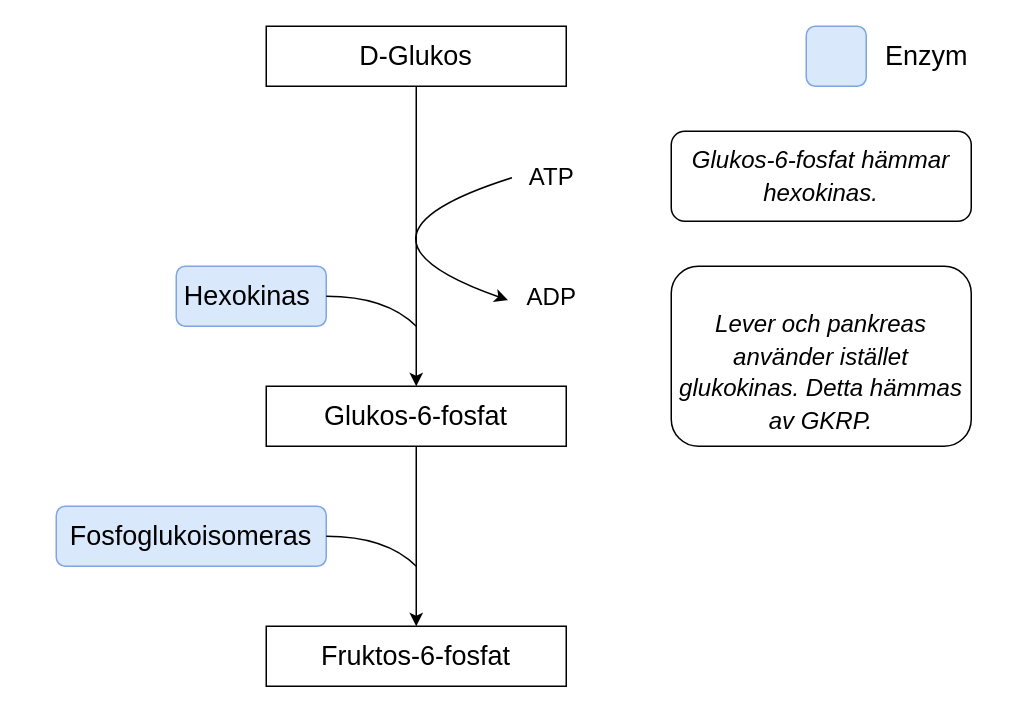
CarlSteiner/Biokemi keeps this draw.io diagram as Glykolys.drawio. Above is the earlier version. Source tidied: cells renumbered, new cells numbered last; positions are measured from the earlier drawing's top-left corner, leaving out a move shared by most shapes. Both pictures are drawn from the tidied source at 150%, with x=0, y=0 at pixel (56, 26).
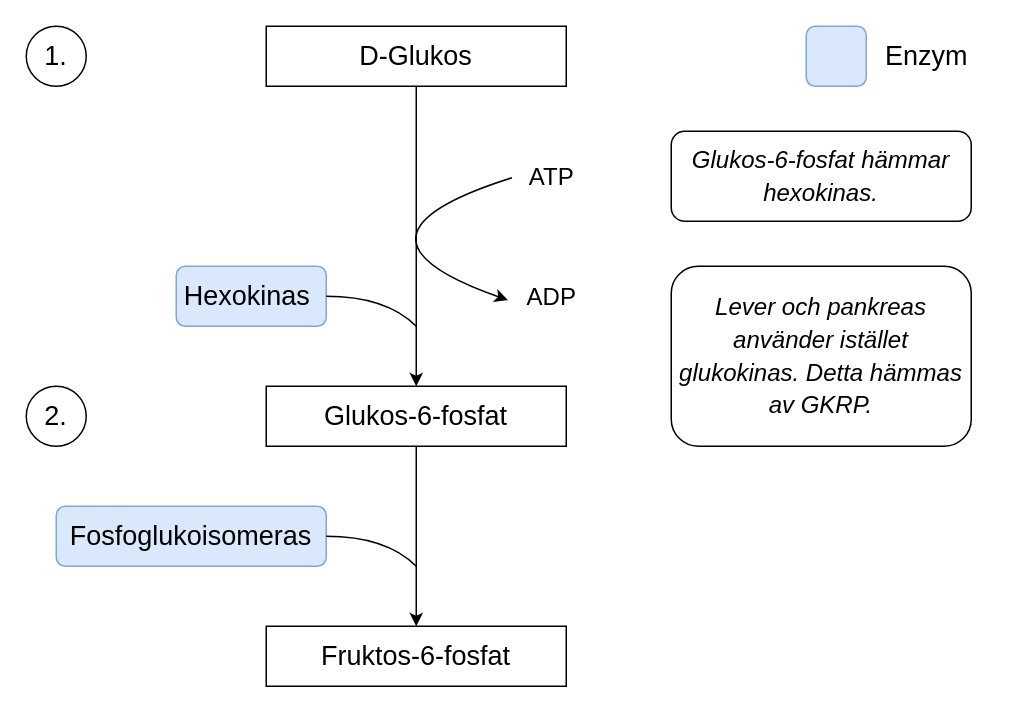
The same page after the edit.

Diff of the diagram source:
```diff
@@
-    <mxCell id="14" value="&lt;span style=&quot;background-color: light-dark(#ffffff, var(--ge-dark-color, #121212));&quot;&gt;&lt;br style=&quot;forced-color-adjust: none; color: rgb(0, 0, 0); font-family: Helvetica; font-size: 18px; font-style: normal; font-variant-ligatures: normal; font-variant-caps: normal; font-weight: 400; letter-spacing: normal; orphans: 2; text-indent: 0px; text-transform: none; widows: 2; word-spacing: 0px; -webkit-text-stroke-width: 0px; white-space: normal; text-decoration-thickness: initial; text-decoration-style: initial; text-decoration-color: initial; text-align: center; background-color: rgb(251, 251, 251);&quot;&gt;&lt;/span&gt;&lt;span&gt;&lt;i style=&quot;forced-color-adjust: none; color: rgb(0, 0, 0); font-family: Helvetica; font-variant-ligatures: normal; font-variant-caps: normal; font-weight: 400; letter-spacing: normal; orphans: 2; text-indent: 0px; text-transform: none; widows: 2; word-spacing: 0px; -webkit-text-stroke-width: 0px; white-space: normal; text-decoration-thickness: initial; text-decoration-style: initial; text-decoration-color: initial; text-align: center; font-size: 16px; background-color: light-dark(#ffffff, var(--ge-dark-color, #121212));&quot;&gt;Lever och pankreas använder istället glukokinas. Detta hämmas av GKRP.&lt;/i&gt;&lt;br&gt;&lt;/span&gt;" style="rounded=1;whiteSpace=wrap;html=1;align=center;verticalAlign=middle;fontFamily=Helvetica;fontSize=18;fontColor=default;fillColor=none;gradientColor=none;" parent="1" vertex="1">
+    <mxCell id="14" value="&lt;span&gt;&lt;i style=&quot;forced-color-adjust: none; color: rgb(0, 0, 0); font-family: Helvetica; font-variant-ligatures: normal; font-variant-caps: normal; font-weight: 400; letter-spacing: normal; orphans: 2; text-indent: 0px; text-transform: none; widows: 2; word-spacing: 0px; -webkit-text-stroke-width: 0px; white-space: normal; text-decoration-thickness: initial; text-decoration-style: initial; text-decoration-color: initial; text-align: center; font-size: 16px; background-color: light-dark(#ffffff, var(--ge-dark-color, #121212));&quot;&gt;Lever och pankreas använder istället glukokinas. Detta hämmas av GKRP.&lt;/i&gt;&lt;br&gt;&lt;/span&gt;" style="rounded=1;whiteSpace=wrap;html=1;align=center;verticalAlign=middle;fontFamily=Helvetica;fontSize=18;fontColor=default;fillColor=none;gradientColor=none;" parent="1" vertex="1">
       <mxGeometry x="410" y="160" width="200" height="120" as="geometry" />
     </mxCell>
@@
+    <mxCell id="18" value="&lt;font style=&quot;font-size: 18px;&quot;&gt;1.&lt;/font&gt;" style="ellipse;whiteSpace=wrap;html=1;" parent="1" vertex="1">
+      <mxGeometry x="-20" width="40" height="40" as="geometry" />
+    </mxCell>
+    <mxCell id="19" value="&lt;font style=&quot;font-size: 18px;&quot;&gt;2.&lt;/font&gt;" style="ellipse;whiteSpace=wrap;html=1;" parent="1" vertex="1">
+      <mxGeometry x="-20" y="240" width="40" height="40" as="geometry" />
+    </mxCell>
```
